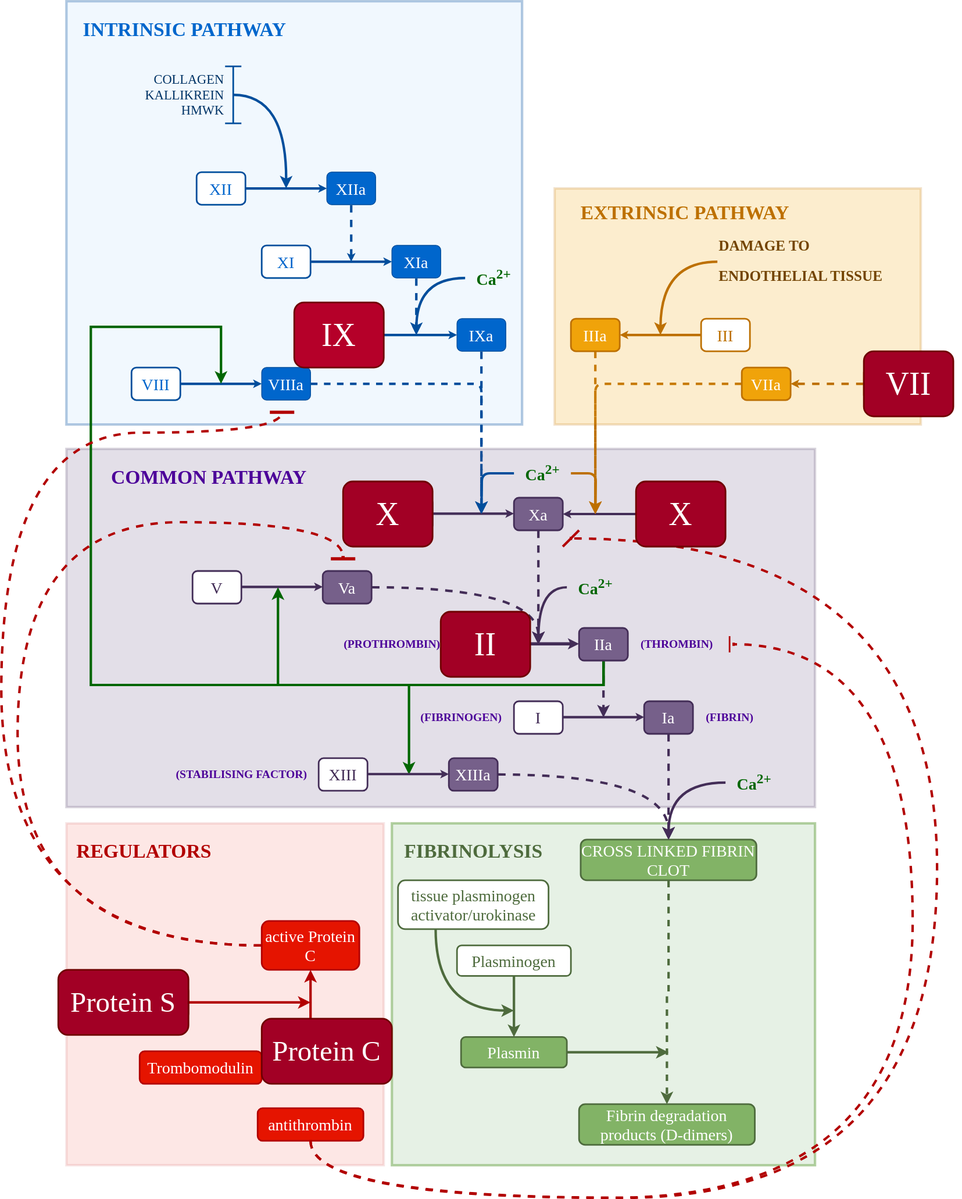
This is images/vitK.drawio.svg from rmvpaeme/stolling, a draw.io export, as it was before one commit. Source tidied: cells renumbered, new cells last; positions are measured from the earlier drawing's top-left corner, leaving out a move shared by most shapes.
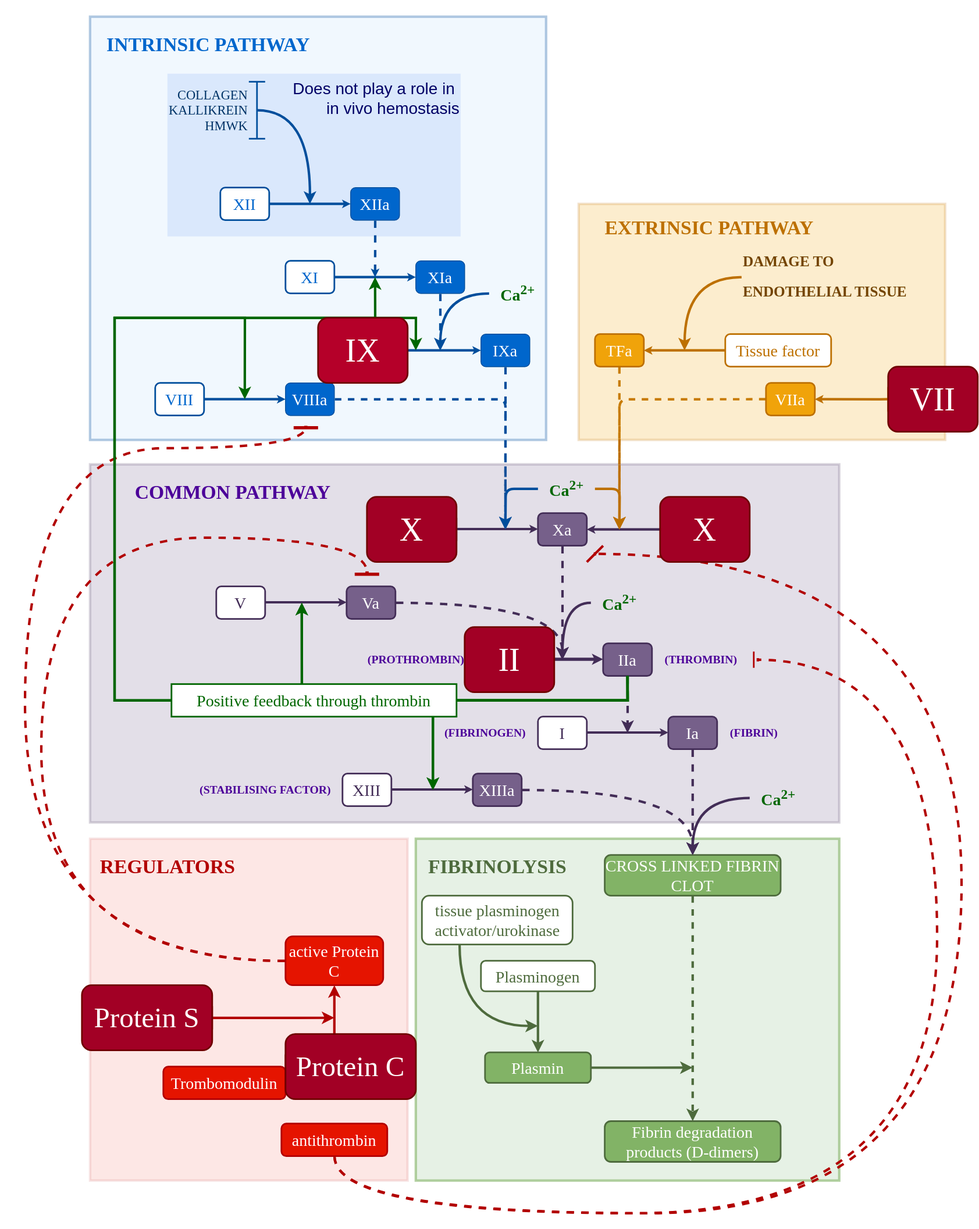
After the commit.

The edit, as a diff of the source:
```diff
@@ -1,10 +1,11 @@
 <mxGraphModel>
   <root>
     <mxCell id="0" />
+    <mxCell id="114" value="frame" parent="0" />
+    <mxCell id="115" style="rounded=0;whiteSpace=wrap;html=1;fillColor=default;strokeColor=none;opacity=0;" parent="114" vertex="1">
+      <mxGeometry x="-30" y="-20" width="1200" height="1510" as="geometry" />
+    </mxCell>
     <mxCell id="1" value="fibrinolysis" parent="0" />
-    <mxCell id="2" style="rounded=0;whiteSpace=wrap;html=1;strokeColor=none;" parent="1" vertex="1">
-      <mxGeometry x="80" width="1100" height="1430" as="geometry" />
-    </mxCell>
     <mxCell id="3" style="rounded=0;whiteSpace=wrap;html=1;fillColor=#d5e8d4;strokeColor=#82b366;opacity=60;strokeWidth=3;" parent="1" vertex="1">
       <mxGeometry x="480" y="1010" width="520" height="420" as="geometry" />
     </mxCell>
@@ -14,34 +15,9 @@
     <mxCell id="5" style="rounded=0;whiteSpace=wrap;html=1;fillColor=#D1E6FC;strokeWidth=3;strokeColor=#004E9C;opacity=30;" parent="1" vertex="1">
       <mxGeometry x="80" width="560" height="520" as="geometry" />
     </mxCell>
-    <mxCell id="6" style="edgeStyle=orthogonalEdgeStyle;rounded=0;jettySize=auto;html=1;strokeWidth=3;endSize=1;strokeColor=#004e9c;dashed=1;flowAnimation=1;" parent="1" edge="1" source="7">
-      <mxGeometry relative="1" as="geometry">
-        <mxPoint x="430" y="320" as="targetPoint" />
-      </mxGeometry>
-    </mxCell>
-    <mxCell id="7" value="&lt;font face=&quot;Tahoma&quot; style=&quot;font-size: 20px;&quot;&gt;XIIa&lt;/font&gt;" style="rounded=1;whiteSpace=wrap;html=1;fillColor=#0066CC;strokeColor=#004E9C;fontColor=#ffffff;shadow=0;fillStyle=solid;" parent="1" vertex="1">
-      <mxGeometry x="400" y="210" width="60" height="40" as="geometry" />
-    </mxCell>
-    <mxCell id="8" style="edgeStyle=orthogonalEdgeStyle;rounded=0;jettySize=auto;html=1;strokeWidth=3;strokeColor=#004E9C;flowAnimation=0;shadow=0;endSize=1;startSize=1;jumpSize=6;" parent="1" edge="1" source="9" target="7">
-      <mxGeometry relative="1" as="geometry" />
-    </mxCell>
-    <mxCell id="9" value="&lt;font style=&quot;font-size: 20px;&quot; face=&quot;Tahoma&quot;&gt;XII&lt;/font&gt;" style="rounded=1;whiteSpace=wrap;html=1;fillColor=#ffffff;fontColor=#0066CC;strokeColor=#004E9C;strokeWidth=2;" parent="1" vertex="1">
-      <mxGeometry x="240" y="210" width="60" height="40" as="geometry" />
-    </mxCell>
     <mxCell id="10" value="&lt;h1&gt;INTRINSIC PATHWAY&lt;/h1&gt;" style="text;html=1;align=center;verticalAlign=middle;strokeColor=none;fillColor=none;fontColor=#0066cc;fontFamily=Tahoma;" parent="1" vertex="1">
       <mxGeometry x="80" width="290" height="70" as="geometry" />
     </mxCell>
-    <mxCell id="11" style="edgeStyle=orthogonalEdgeStyle;rounded=0;jettySize=auto;html=1;curved=1;strokeWidth=3;strokeColor=#004E9C;exitX=0.5;exitY=0.5;exitDx=0;exitDy=0;exitPerimeter=0;" parent="1" edge="1" source="13">
-      <mxGeometry relative="1" as="geometry">
-        <mxPoint x="350" y="230" as="targetPoint" />
-      </mxGeometry>
-    </mxCell>
-    <mxCell id="12" value="&lt;font color=&quot;#003366&quot; face=&quot;Tahoma&quot; style=&quot;font-size: 16px;&quot;&gt;COLLAGEN&lt;/font&gt;&lt;div&gt;&lt;font color=&quot;#003366&quot; face=&quot;Tahoma&quot; style=&quot;font-size: 16px;&quot;&gt;KALLIKREIN&lt;/font&gt;&lt;/div&gt;&lt;div&gt;&lt;font color=&quot;#003366&quot; face=&quot;Tahoma&quot; style=&quot;font-size: 16px;&quot;&gt;HMWK&lt;/font&gt;&lt;/div&gt;" style="text;html=1;align=right;verticalAlign=middle;strokeColor=none;fillColor=none;" parent="1" vertex="1">
-      <mxGeometry x="165" y="80" width="110" height="70" as="geometry" />
-    </mxCell>
-    <mxCell id="13" style="shape=crossbar;whiteSpace=wrap;html=1;rounded=1;direction=south;strokeWidth=2;fillColor=#004E9C;strokeColor=#004E9C;" parent="1" vertex="1">
-      <mxGeometry x="275" y="80" width="20" height="70" as="geometry" />
-    </mxCell>
     <mxCell id="14" style="edgeStyle=orthogonalEdgeStyle;rounded=0;jettySize=auto;html=1;strokeWidth=3;endSize=1;strokeColor=#004e9c;dashed=1;flowAnimation=1;" parent="1" edge="1" source="15">
       <mxGeometry relative="1" as="geometry">
         <mxPoint x="510" y="410" as="targetPoint" />
@@ -147,17 +123,6 @@
         <mxPoint x="740" y="880" as="targetPoint" />
       </mxGeometry>
     </mxCell>
-    <mxCell id="40" style="edgeStyle=orthogonalEdgeStyle;rounded=0;jettySize=auto;html=1;strokeWidth=3;strokeColor=#006600;flowAnimation=0;" parent="1" edge="1" source="42">
-      <mxGeometry relative="1" as="geometry">
-        <mxPoint x="270" y="470" as="targetPoint" />
-        <Array as="points">
-          <mxPoint x="740" y="840" />
-          <mxPoint x="110" y="840" />
-          <mxPoint x="110" y="400" />
-          <mxPoint x="270" y="400" />
-        </Array>
-      </mxGeometry>
-    </mxCell>
     <mxCell id="41" style="edgeStyle=orthogonalEdgeStyle;rounded=0;jettySize=auto;html=1;strokeWidth=3;strokeColor=#006600;flowAnimation=0;" parent="1" edge="1" source="42">
       <mxGeometry relative="1" as="geometry">
         <mxPoint x="500" y="950" as="targetPoint" />
@@ -369,15 +334,6 @@
     <mxCell id="88" value="&lt;h1&gt;&lt;font color=&quot;#bd7000&quot;&gt;EXTRINSIC PATHWAY&lt;/font&gt;&lt;/h1&gt;" style="text;html=1;align=center;verticalAlign=middle;strokeColor=none;fillColor=none;fontColor=#0066cc;fontFamily=Tahoma;" parent="1" vertex="1">
       <mxGeometry x="695" y="225" width="290" height="70" as="geometry" />
     </mxCell>
-    <mxCell id="89" value="&lt;font color=&quot;#ffffff&quot;&gt;&lt;span style=&quot;font-size: 20px;&quot;&gt;IIIa&lt;/span&gt;&lt;/font&gt;" style="rounded=1;whiteSpace=wrap;html=1;fillColor=#f0a30a;fontColor=#000000;strokeColor=#BD7000;strokeWidth=2;fontFamily=Tahoma;" parent="1" vertex="1">
-      <mxGeometry x="700" y="390" width="60" height="40" as="geometry" />
-    </mxCell>
-    <mxCell id="90" value="&lt;font face=&quot;Tahoma&quot;&gt;&lt;span style=&quot;font-size: 20px;&quot;&gt;III&lt;/span&gt;&lt;/font&gt;" style="rounded=1;whiteSpace=wrap;html=1;strokeWidth=2;strokeColor=#BD7000;fontColor=#BD7000;" parent="1" vertex="1">
-      <mxGeometry x="860" y="390" width="60" height="40" as="geometry" />
-    </mxCell>
-    <mxCell id="91" style="edgeStyle=orthogonalEdgeStyle;rounded=0;jettySize=auto;html=1;strokeWidth=3;strokeColor=#BD7000;flowAnimation=0;shadow=0;endSize=1;startSize=1;jumpSize=6;entryX=1;entryY=0.5;entryDx=0;entryDy=0;exitX=0;exitY=0.5;exitDx=0;exitDy=0;fontColor=#BD7000;" parent="1" edge="1" source="90" target="89">
-      <mxGeometry relative="1" as="geometry" />
-    </mxCell>
     <mxCell id="92" style="edgeStyle=orthogonalEdgeStyle;rounded=0;jettySize=auto;html=1;curved=1;strokeColor=#BD7000;strokeWidth=3;" parent="1" edge="1" source="93">
       <mxGeometry relative="1" as="geometry">
         <mxPoint x="810" y="410" as="targetPoint" />
@@ -392,7 +348,7 @@
     <mxCell id="95" value="&lt;font face=&quot;Tahoma&quot;&gt;&lt;span style=&quot;font-size: 20px;&quot;&gt;VII&lt;/span&gt;&lt;/font&gt;" style="rounded=1;whiteSpace=wrap;html=1;strokeWidth=2;strokeColor=#BD7000;fontColor=#BD7000;" parent="1" vertex="1">
       <mxGeometry x="1060" y="450" width="60" height="40" as="geometry" />
     </mxCell>
-    <mxCell id="96" style="edgeStyle=orthogonalEdgeStyle;rounded=0;jettySize=auto;html=1;strokeWidth=3;strokeColor=#BD7000;flowAnimation=1;shadow=0;endSize=1;startSize=1;jumpSize=6;entryX=1;entryY=0.5;entryDx=0;entryDy=0;exitX=0;exitY=0.5;exitDx=0;exitDy=0;fontColor=#BD7000;dashed=1;" parent="1" edge="1" source="95" target="94">
+    <mxCell id="96" style="edgeStyle=orthogonalEdgeStyle;rounded=0;jettySize=auto;html=1;strokeWidth=3;strokeColor=#BD7000;flowAnimation=0;shadow=0;endSize=1;startSize=1;jumpSize=6;entryX=1;entryY=0.5;entryDx=0;entryDy=0;exitX=0;exitY=0.5;exitDx=0;exitDy=0;fontColor=#BD7000;" parent="1" edge="1" source="95" target="94">
       <mxGeometry relative="1" as="geometry">
         <Array as="points">
           <mxPoint x="1050" y="470" />
@@ -401,7 +357,7 @@
       </mxGeometry>
     </mxCell>
     <mxCell id="97" value="&lt;font face=&quot;Tahoma&quot; color=&quot;#ffffff&quot;&gt;&lt;span style=&quot;font-size: 20px;&quot;&gt;Fibrin degradation products (D-dimers)&lt;/span&gt;&lt;/font&gt;" style="rounded=1;whiteSpace=wrap;html=1;fillColor=#82B366;strokeColor=#4E6B3D;strokeWidth=2;" parent="1" vertex="1">
-      <mxGeometry x="710" y="1355" width="216" height="50" as="geometry" />
+      <mxGeometry x="712" y="1357" width="216" height="50" as="geometry" />
     </mxCell>
     <mxCell id="98" style="edgeStyle=orthogonalEdgeStyle;rounded=0;jettySize=auto;html=1;strokeWidth=3;strokeColor=#4E6B3D;" parent="1" edge="1" source="99">
       <mxGeometry relative="1" as="geometry">
@@ -440,6 +396,105 @@
         </Array>
       </mxGeometry>
     </mxCell>
+    <mxCell id="116" style="edgeStyle=orthogonalEdgeStyle;rounded=0;orthogonalLoop=1;jettySize=auto;html=1;strokeWidth=3;strokeColor=#006600;flowAnimation=0;" parent="1" edge="1">
+      <mxGeometry relative="1" as="geometry">
+        <mxPoint x="740" y="810" as="sourcePoint" />
+        <mxPoint x="340" y="720" as="targetPoint" />
+        <Array as="points">
+          <mxPoint x="740" y="840" />
+          <mxPoint x="340" y="840" />
+        </Array>
+      </mxGeometry>
+    </mxCell>
+    <mxCell id="117" style="edgeStyle=orthogonalEdgeStyle;rounded=0;orthogonalLoop=1;jettySize=auto;html=1;strokeWidth=3;strokeColor=#006600;flowAnimation=0;" parent="1" edge="1">
+      <mxGeometry relative="1" as="geometry">
+        <mxPoint x="740" y="810" as="sourcePoint" />
+        <mxPoint x="270" y="470" as="targetPoint" />
+        <Array as="points">
+          <mxPoint x="740" y="840" />
+          <mxPoint x="110" y="840" />
+          <mxPoint x="110" y="370" />
+          <mxPoint x="270" y="370" />
+        </Array>
+      </mxGeometry>
+    </mxCell>
+    <mxCell id="118" style="edgeStyle=orthogonalEdgeStyle;rounded=0;orthogonalLoop=1;jettySize=auto;html=1;strokeWidth=3;strokeColor=#006600;flowAnimation=0;" parent="1" edge="1">
+      <mxGeometry relative="1" as="geometry">
+        <mxPoint x="740" y="810" as="sourcePoint" />
+        <mxPoint x="500" y="950" as="targetPoint" />
+        <Array as="points">
+          <mxPoint x="740" y="840" />
+          <mxPoint x="501" y="840" />
+        </Array>
+      </mxGeometry>
+    </mxCell>
+    <mxCell id="119" style="edgeStyle=orthogonalEdgeStyle;rounded=0;orthogonalLoop=1;jettySize=auto;html=1;strokeColor=#006600;strokeWidth=3;align=center;verticalAlign=middle;fontFamily=Helvetica;fontSize=11;fontColor=default;labelBackgroundColor=default;endArrow=classic;flowAnimation=0;" parent="1" edge="1">
+      <mxGeometry relative="1" as="geometry">
+        <mxPoint x="740" y="810" as="sourcePoint" />
+        <mxPoint x="430" y="320" as="targetPoint" />
+        <Array as="points">
+          <mxPoint x="740" y="840" />
+          <mxPoint x="110" y="840" />
+          <mxPoint x="110" y="370" />
+          <mxPoint x="430" y="370" />
+        </Array>
+      </mxGeometry>
+    </mxCell>
+    <mxCell id="120" style="edgeStyle=orthogonalEdgeStyle;rounded=0;orthogonalLoop=1;jettySize=auto;html=1;strokeColor=#006600;strokeWidth=3;align=center;verticalAlign=middle;fontFamily=Helvetica;fontSize=11;fontColor=default;labelBackgroundColor=default;endArrow=classic;flowAnimation=0;" parent="1" edge="1">
+      <mxGeometry relative="1" as="geometry">
+        <mxPoint x="740" y="810" as="sourcePoint" />
+        <mxPoint x="480" y="410" as="targetPoint" />
+        <Array as="points">
+          <mxPoint x="740" y="840" />
+          <mxPoint x="110" y="840" />
+          <mxPoint x="110" y="370" />
+          <mxPoint x="480" y="370" />
+        </Array>
+      </mxGeometry>
+    </mxCell>
+    <mxCell id="121" value="Positive feedback through thrombin" style="rounded=0;whiteSpace=wrap;html=1;strokeColor=#006600;strokeWidth=2;align=center;verticalAlign=middle;fontFamily=Tahoma;fontSize=20;fontColor=#006600;fillColor=default;fillStyle=auto;" parent="1" vertex="1">
+      <mxGeometry x="180" y="820" width="350" height="40" as="geometry" />
+    </mxCell>
+    <mxCell id="122" style="rounded=0;whiteSpace=wrap;html=1;strokeColor=none;fillColor=#dae8fc;" parent="1" vertex="1">
+      <mxGeometry x="175" y="70" width="360" height="200" as="geometry" />
+    </mxCell>
+    <mxCell id="123" value="Does not play a role in&amp;nbsp;&lt;div&gt;&lt;span style=&quot;background-color: initial;&quot;&gt;in vivo hemostasis&lt;/span&gt;&lt;/div&gt;" style="text;html=1;align=right;verticalAlign=middle;strokeColor=none;fillColor=none;fontSize=20;fontColor=#000066;" parent="1" vertex="1">
+      <mxGeometry x="305" y="70" width="230" height="60" as="geometry" />
+    </mxCell>
+    <mxCell id="7" value="&lt;font face=&quot;Tahoma&quot; style=&quot;font-size: 20px;&quot;&gt;XIIa&lt;/font&gt;" style="rounded=1;whiteSpace=wrap;html=1;fillColor=#0066CC;strokeColor=#004E9C;fontColor=#ffffff;shadow=0;fillStyle=solid;" parent="1" vertex="1">
+      <mxGeometry x="400" y="210" width="60" height="40" as="geometry" />
+    </mxCell>
+    <mxCell id="8" style="edgeStyle=orthogonalEdgeStyle;rounded=0;jettySize=auto;html=1;strokeWidth=3;strokeColor=#004E9C;flowAnimation=0;shadow=0;endSize=1;startSize=1;jumpSize=6;" parent="1" edge="1" source="9" target="7">
+      <mxGeometry relative="1" as="geometry" />
+    </mxCell>
+    <mxCell id="9" value="&lt;font style=&quot;font-size: 20px;&quot; face=&quot;Tahoma&quot;&gt;XII&lt;/font&gt;" style="rounded=1;whiteSpace=wrap;html=1;fillColor=#ffffff;fontColor=#0066CC;strokeColor=#004E9C;strokeWidth=2;" parent="1" vertex="1">
+      <mxGeometry x="240" y="210" width="60" height="40" as="geometry" />
+    </mxCell>
+    <mxCell id="11" style="edgeStyle=orthogonalEdgeStyle;rounded=0;jettySize=auto;html=1;curved=1;strokeWidth=3;strokeColor=#004E9C;exitX=0.5;exitY=0.5;exitDx=0;exitDy=0;exitPerimeter=0;" parent="1" edge="1" source="13">
+      <mxGeometry relative="1" as="geometry">
+        <mxPoint x="350" y="230" as="targetPoint" />
+      </mxGeometry>
+    </mxCell>
+    <mxCell id="12" value="&lt;font color=&quot;#003366&quot; face=&quot;Tahoma&quot; style=&quot;font-size: 16px;&quot;&gt;COLLAGEN&lt;/font&gt;&lt;div&gt;&lt;font color=&quot;#003366&quot; face=&quot;Tahoma&quot; style=&quot;font-size: 16px;&quot;&gt;KALLIKREIN&lt;/font&gt;&lt;/div&gt;&lt;div&gt;&lt;font color=&quot;#003366&quot; face=&quot;Tahoma&quot; style=&quot;font-size: 16px;&quot;&gt;HMWK&lt;/font&gt;&lt;/div&gt;" style="text;html=1;align=right;verticalAlign=middle;strokeColor=none;fillColor=none;" parent="1" vertex="1">
+      <mxGeometry x="165" y="80" width="110" height="70" as="geometry" />
+    </mxCell>
+    <mxCell id="13" style="shape=crossbar;whiteSpace=wrap;html=1;rounded=1;direction=south;strokeWidth=2;fillColor=#004E9C;strokeColor=#004E9C;" parent="1" vertex="1">
+      <mxGeometry x="275" y="80" width="20" height="70" as="geometry" />
+    </mxCell>
+    <mxCell id="124" value="&lt;font color=&quot;#ffffff&quot;&gt;&lt;span style=&quot;font-size: 20px;&quot;&gt;TFa&lt;/span&gt;&lt;/font&gt;" style="rounded=1;whiteSpace=wrap;html=1;fillColor=#f0a30a;fontColor=#000000;strokeColor=#BD7000;strokeWidth=2;fontFamily=Tahoma;" parent="1" vertex="1">
+      <mxGeometry x="700" y="390" width="60" height="40" as="geometry" />
+    </mxCell>
+    <mxCell id="125" value="&lt;font face=&quot;Tahoma&quot;&gt;&lt;span style=&quot;font-size: 20px;&quot;&gt;Tissue factor&lt;/span&gt;&lt;/font&gt;" style="rounded=1;whiteSpace=wrap;html=1;strokeWidth=2;strokeColor=#BD7000;fontColor=#BD7000;" parent="1" vertex="1">
+      <mxGeometry x="860" y="390" width="130" height="40" as="geometry" />
+    </mxCell>
+    <mxCell id="126" style="edgeStyle=orthogonalEdgeStyle;rounded=0;jettySize=auto;html=1;strokeWidth=3;strokeColor=#BD7000;flowAnimation=0;shadow=0;endSize=1;startSize=1;jumpSize=6;entryX=1;entryY=0.5;entryDx=0;entryDy=0;exitX=0;exitY=0.5;exitDx=0;exitDy=0;fontColor=#BD7000;" parent="1" edge="1" source="125" target="124">
+      <mxGeometry relative="1" as="geometry" />
+    </mxCell>
+    <mxCell id="6" style="edgeStyle=orthogonalEdgeStyle;rounded=0;jettySize=auto;html=1;strokeWidth=3;endSize=1;strokeColor=#004e9c;dashed=1;flowAnimation=1;" parent="1" edge="1" source="7">
+      <mxGeometry relative="1" as="geometry">
+        <mxPoint x="430" y="320" as="targetPoint" />
+      </mxGeometry>
+    </mxCell>
     <mxCell id="106" value="vitK" parent="0" />
     <mxCell id="107" value="&lt;font face=&quot;Tahoma&quot; style=&quot;font-size: 40px;&quot;&gt;VII&lt;/font&gt;" style="rounded=1;whiteSpace=wrap;html=1;strokeWidth=2;strokeColor=#6F0000;fillColor=#a20025;fontColor=#ffffff;align=center;verticalAlign=middle;fontFamily=Helvetica;fontSize=12;" parent="106" vertex="1">
       <mxGeometry x="1060" y="430" width="110" height="80" as="geometry" />
```
